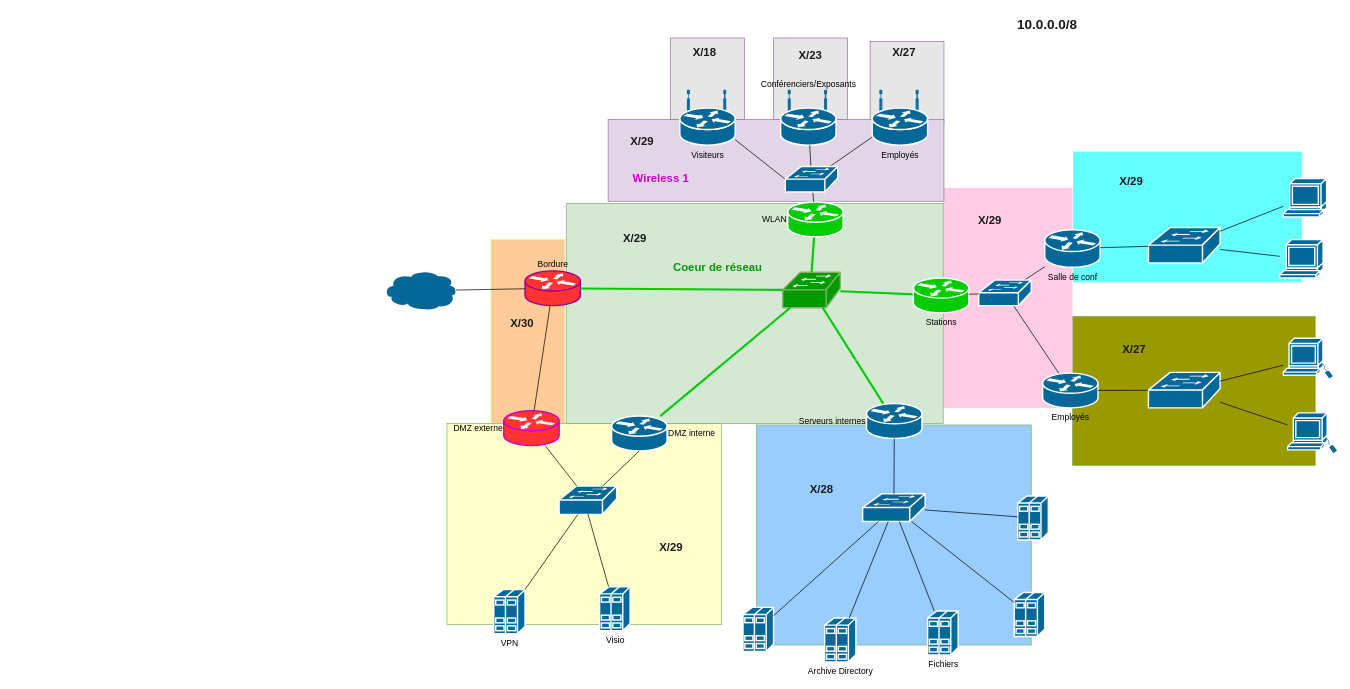
noraaguili/epsi-asrc-b2m2-tp2-projet keeps this draw.io diagram as page "Network_Topology" (2 of 2) of TP_2/schema.drawio. Above is the earlier version. Source tidied: cells renumbered, new cells numbered last; positions are measured from the earlier drawing's top-left corner, leaving out a move shared by most shapes. Both pictures are drawn from the tidied source at 71%, with x=0, y=0 at pixel (383, 12).
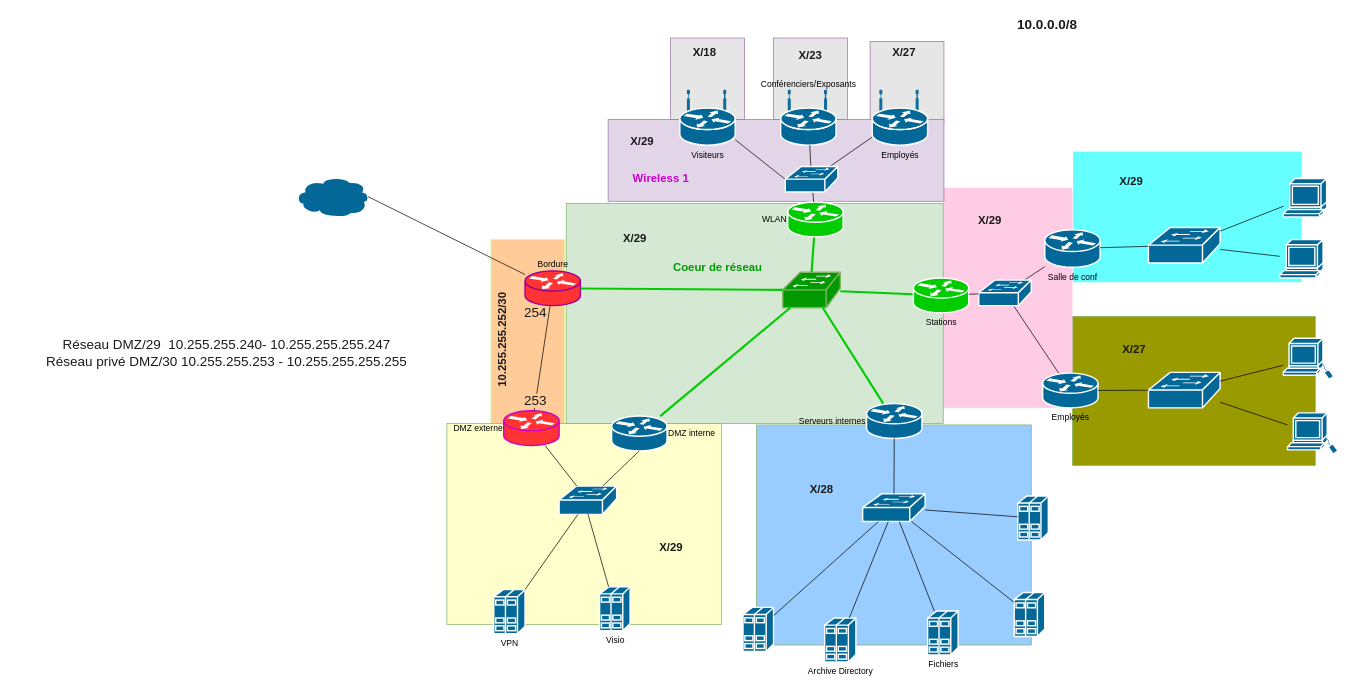
The same diagram, later.

The change refers to these unchanged cells:
```xml
<mxCell id="34" value="DMZ interne" style="shape=mxgraph.cisco.routers.router;sketch=0;html=1;dashed=0;fillColor=#036897;strokeColor=#ffffff;strokeWidth=2;verticalLabelPosition=middle;verticalAlign=middle;align=left;outlineConnect=0;labelPosition=right;" parent="1" vertex="1">
  <mxGeometry x="322" y="568.5" width="78" height="49" as="geometry" />
</mxCell>
<mxCell id="35" value="Bordure&lt;br&gt;" style="shape=mxgraph.cisco.routers.router;sketch=0;html=1;dashed=0;fillColor=#FF3333;strokeColor=#990099;strokeWidth=2;verticalLabelPosition=top;verticalAlign=bottom;align=center;outlineConnect=0;labelPosition=center;" parent="1" vertex="1">
  <mxGeometry x="200" y="364" width="78" height="49" as="geometry" />
</mxCell>
<mxCell id="44" value="DMZ externe" style="shape=mxgraph.cisco.routers.router;sketch=0;html=1;dashed=0;fillColor=#FF3333;strokeColor=#CC00CC;strokeWidth=2;verticalLabelPosition=middle;verticalAlign=middle;align=right;outlineConnect=0;labelPosition=left;" parent="1" vertex="1">
  <mxGeometry x="170" y="561" width="78" height="49" as="geometry" />
</mxCell>
<mxCell id="47" style="shape=mxgraph.cisco.switches.workgroup_switch;sketch=0;html=1;dashed=0;fillColor=#009900;strokeColor=#82b366;strokeWidth=2;verticalLabelPosition=bottom;verticalAlign=top;align=center;outlineConnect=0;labelPosition=center;fontSize=10;fontStyle=1;" parent="1" vertex="1">
  <mxGeometry x="563" y="366" width="81" height="50" as="geometry" />
</mxCell>
```

What changed in the source:
```diff
@@
     <mxCell id="36" style="shape=mxgraph.cisco.storage.cloud;sketch=0;html=1;dashed=0;fillColor=#036897;strokeColor=#ffffff;strokeWidth=2;verticalLabelPosition=bottom;verticalAlign=top;align=center;outlineConnect=0;" parent="1" vertex="1">
-      <mxGeometry y="362.5" width="105" height="57" as="geometry" />
+      <mxGeometry x="-124" y="231" width="105" height="57" as="geometry" />
     </mxCell>
@@
-    <mxCell id="46" style="endArrow=none;html=1;" parent="1" edge="1" source="44" target="35">
+    <mxCell id="46" style="endArrow=none;html=1;startArrow=none;" parent="1" edge="1" source="88" target="35">
       <mxGeometry relative="1" as="geometry" />
     </mxCell>
@@
-    <mxCell id="49" style="endArrow=none;html=1;strokeColor=#00CC00;strokeWidth=3;" parent="1" edge="1" source="47" target="34">
+    <mxCell id="49" style="endArrow=none;html=1;strokeColor=#00CC00;strokeWidth=3;startArrow=none;" parent="1" edge="1" source="47" target="34">
       <mxGeometry relative="1" as="geometry" />
     </mxCell>
@@
-    <mxCell id="79" value="X/30" style="text;html=1;strokeColor=none;fillColor=none;align=center;verticalAlign=middle;whiteSpace=wrap;rounded=0;fontSize=16;fontColor=#1A1A1A;fontStyle=1;" parent="1" vertex="1">
-      <mxGeometry x="166" y="423" width="60" height="30" as="geometry" />
+    <mxCell id="79" value="10.255.255.252/30" style="text;html=1;strokeColor=none;fillColor=none;align=center;verticalAlign=top;whiteSpace=wrap;rounded=0;fontSize=16;fontColor=#1A1A1A;fontStyle=1;horizontal=0;" parent="1" vertex="1">
+      <mxGeometry x="152" y="446" width="60" height="30" as="geometry" />
     </mxCell>
@@
+    <mxCell id="87" style="endArrow=none;html=1;" parent="1" edge="1" source="44" target="88">
+      <mxGeometry relative="1" as="geometry" />
+    </mxCell>
+    <mxCell id="88" value="253" style="text;html=1;strokeColor=none;fillColor=none;align=center;verticalAlign=middle;whiteSpace=wrap;rounded=0;fontSize=19;fontColor=#1A1A1A;" parent="1" vertex="1">
+      <mxGeometry x="174" y="537" width="82" height="20" as="geometry" />
+    </mxCell>
+    <mxCell id="89" value="254" style="text;html=1;strokeColor=none;fillColor=none;align=center;verticalAlign=middle;whiteSpace=wrap;rounded=0;fontSize=19;fontColor=#1A1A1A;" parent="1" vertex="1">
+      <mxGeometry x="174" y="414" width="82" height="20" as="geometry" />
+    </mxCell>
+    <mxCell id="90" value="Réseau DMZ/29&amp;nbsp; 10.255.255.240- 10.255.255.255.247&lt;br&gt;Réseau privé DMZ/30 10.255.255.253 - 10.255.255.255.255" style="text;html=1;strokeColor=none;fillColor=none;align=center;verticalAlign=middle;whiteSpace=wrap;rounded=0;fontSize=19;fontColor=#1A1A1A;" parent="1" vertex="1">
+      <mxGeometry x="-522" y="465" width="604" height="30" as="geometry" />
+    </mxCell>
```
